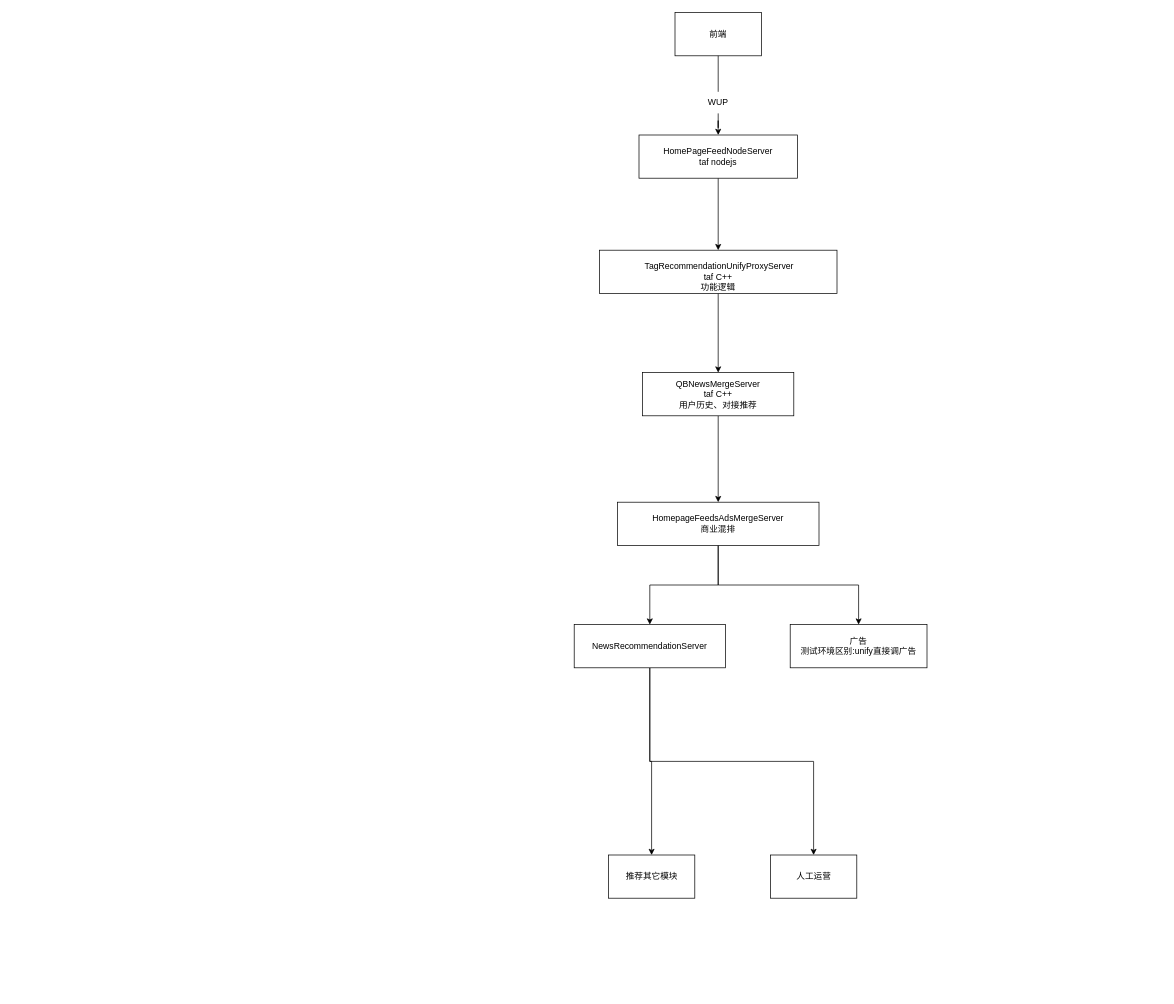
This is Untitled Diagram.drawio from hsuchifeng/alg, a draw.io file, before an edit. Source tidied: cells renumbered, new cells numbered last; positions are measured from the earlier drawing's top-left corner, leaving out a move shared by most shapes. Both pictures are drawn from the tidied source at 72%, with x=0, y=0 at pixel (574, 12).
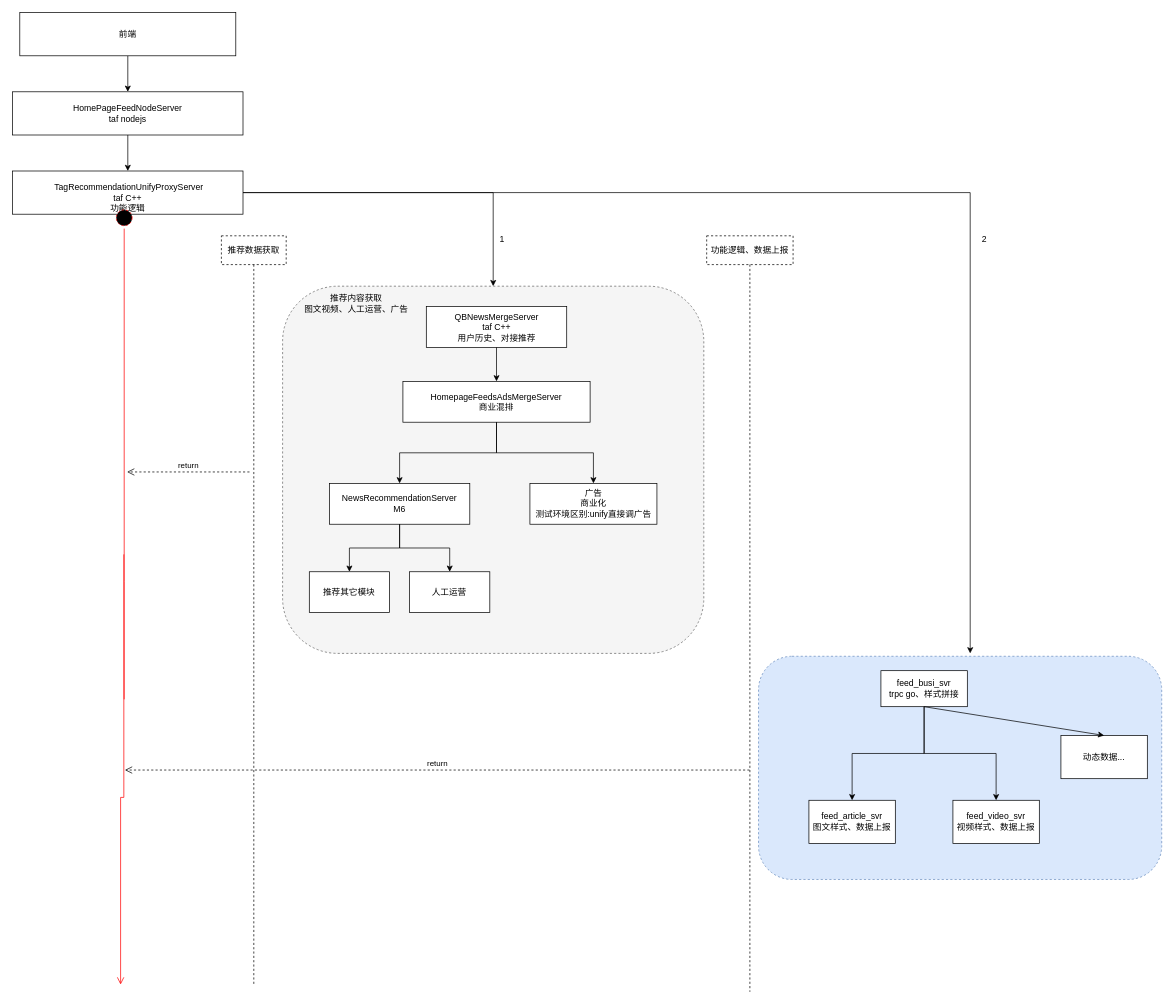
The same diagram, later.

What changed in the source:
```diff
@@
-    <mxCell id="2" style="edgeStyle=orthogonalEdgeStyle;rounded=0;jettySize=auto;html=1;startArrow=none;" parent="1" edge="1" source="6" target="5">
+    <mxCell id="2" style="edgeStyle=orthogonalEdgeStyle;rounded=0;jettySize=auto;html=1;startArrow=none;exitX=0.5;exitY=1;exitDx=0;exitDy=0;" parent="1" edge="1" source="3" target="5">
       <mxGeometry relative="1" as="geometry" />
     </mxCell>
     <mxCell id="3" value="前端" style="rounded=0;whiteSpace=wrap;html=1;" parent="1" vertex="1">
-      <mxGeometry x="140" width="120" height="60" as="geometry" />
+      <mxGeometry x="-770" width="300" height="60" as="geometry" />
     </mxCell>
@@
     <mxCell id="5" value="HomePageFeedNodeServer&lt;br&gt;taf nodejs" style="rounded=0;whiteSpace=wrap;html=1;" parent="1" vertex="1">
-      <mxGeometry x="90" y="170" width="220" height="60" as="geometry" />
+      <mxGeometry x="-780" y="110" width="320" height="60" as="geometry" />
     </mxCell>
-    <mxCell id="6" value="WUP" style="text;html=1;strokeColor=none;fillColor=none;align=center;verticalAlign=middle;whiteSpace=wrap;rounded=0;" parent="1" vertex="1">
-      <mxGeometry x="170" y="110" width="60" height="30" as="geometry" />
-    </mxCell>
-    <mxCell id="7" style="edgeStyle=orthogonalEdgeStyle;rounded=0;jettySize=auto;html=1;endArrow=none;" parent="1" edge="1" source="3" target="6">
-      <mxGeometry relative="1" as="geometry" />
-    </mxCell>
-    <mxCell id="8" style="edgeStyle=orthogonalEdgeStyle;rounded=0;jettySize=auto;html=1;" parent="1" edge="1" source="9" target="11">
+    <mxCell id="8" style="edgeStyle=orthogonalEdgeStyle;rounded=0;jettySize=auto;html=1;entryX=0.5;entryY=0;entryDx=0;entryDy=0;" parent="1" edge="1" source="9" target="24">
       <mxGeometry relative="1" as="geometry" />
     </mxCell>
     <mxCell id="9" value="&lt;div&gt;&lt;br&gt;&lt;/div&gt;&lt;div&gt;&amp;nbsp;TagRecommendationUnifyProxyServer&lt;/div&gt;&lt;div&gt;taf C++&lt;/div&gt;&lt;div&gt;功能逻辑&lt;/div&gt;" style="whiteSpace=wrap;html=1;rounded=0;" parent="1" vertex="1">
-      <mxGeometry x="35" y="330" width="330" height="60" as="geometry" />
+      <mxGeometry x="-780" y="220" width="320" height="60" as="geometry" />
     </mxCell>
+    <mxCell id="21" value="功能逻辑、数据上报" style="shape=umlLifeline;perimeter=lifelinePerimeter;whiteSpace=wrap;html=1;dashed=1;" parent="1" vertex="1">
+      <mxGeometry x="184" y="310" width="120" height="1050" as="geometry" />
+    </mxCell>
+    <mxCell id="22" value="推荐数据获取" style="shape=umlLifeline;perimeter=lifelinePerimeter;whiteSpace=wrap;html=1;dashed=1;" parent="1" vertex="1">
+      <mxGeometry x="-490" y="310" width="90" height="1040" as="geometry" />
+    </mxCell>
+    <mxCell id="23" style="group;" parent="22" vertex="1">
+      <mxGeometry x="85" y="70" width="585" height="510" as="geometry" />
+    </mxCell>
+    <mxCell id="24" style="rounded=1;whiteSpace=wrap;html=1;dashed=1;fillColor=#f5f5f5;strokeColor=#666666;fontColor=#333333;" parent="23" vertex="1">
+      <mxGeometry width="585" height="510" as="geometry" />
+    </mxCell>
+    <mxCell id="25" style="group;" parent="23" vertex="1">
+      <mxGeometry x="37.1" y="28.3" width="482.9" height="425" as="geometry" />
+    </mxCell>
+    <mxCell id="11" value="QBNewsMergeServer&lt;br&gt;taf C++&lt;br&gt;用户历史、对接推荐" style="whiteSpace=wrap;html=1;fillColor=rgb(255, 255, 255);strokeColor=rgb(0, 0, 0);fontColor=rgb(0, 0, 0);rounded=0;" parent="25" vertex="1">
+      <mxGeometry x="162.5" width="195" height="56.7" as="geometry" />
+    </mxCell>
+    <mxCell id="14" value="HomepageFeedsAdsMergeServer&lt;br&gt;商业混排" style="whiteSpace=wrap;html=1;fillColor=rgb(255, 255, 255);strokeColor=rgb(0, 0, 0);fontColor=rgb(0, 0, 0);rounded=0;" parent="25" vertex="1">
+      <mxGeometry x="130" y="103.9" width="260" height="56.7" as="geometry" />
+    </mxCell>
-    <mxCell id="10" style="edgeStyle=orthogonalEdgeStyle;rounded=0;jettySize=auto;html=1;" parent="1" edge="1" source="11" target="14">
+    <mxCell id="10" style="edgeStyle=orthogonalEdgeStyle;rounded=0;jettySize=auto;html=1;" parent="25" edge="1" source="11" target="14">
       <mxGeometry relative="1" as="geometry" />
     </mxCell>
-    <mxCell id="11" value="QBNewsMergeServer&lt;br&gt;taf C++&lt;br&gt;用户历史、对接推荐" style="whiteSpace=wrap;html=1;fillColor=rgb(255, 255, 255);strokeColor=rgb(0, 0, 0);fontColor=rgb(0, 0, 0);rounded=0;" parent="1" vertex="1">
-      <mxGeometry x="95" y="500" width="210" height="60" as="geometry" />
-    </mxCell>
+    <mxCell id="17" value="NewsRecommendationServer&lt;br&gt;M6" style="whiteSpace=wrap;html=1;fillColor=rgb(255, 255, 255);strokeColor=rgb(0, 0, 0);fontColor=rgb(0, 0, 0);rounded=0;" parent="25" vertex="1">
+      <mxGeometry x="27.9" y="245.6" width="195" height="56.7" as="geometry" />
+    </mxCell>
-    <mxCell id="12" style="edgeStyle=orthogonalEdgeStyle;rounded=0;jettySize=auto;html=1;" parent="1" edge="1" source="14" target="17">
+    <mxCell id="12" style="edgeStyle=orthogonalEdgeStyle;rounded=0;jettySize=auto;html=1;" parent="25" edge="1" source="14" target="17">
       <mxGeometry relative="1" as="geometry" />
     </mxCell>
+    <mxCell id="18" value="推荐其它模块" style="whiteSpace=wrap;html=1;fillColor=rgb(255, 255, 255);strokeColor=rgb(0, 0, 0);fontColor=rgb(0, 0, 0);rounded=0;" parent="25" vertex="1">
+      <mxGeometry y="368.3" width="111.4" height="56.7" as="geometry" />
+    </mxCell>
+    <mxCell id="15" style="edgeStyle=orthogonalEdgeStyle;rounded=0;jettySize=auto;html=1;" parent="25" edge="1" source="17" target="18">
+      <mxGeometry relative="1" as="geometry" />
+    </mxCell>
+    <mxCell id="19" value="人工运营" style="whiteSpace=wrap;html=1;fillColor=rgb(255, 255, 255);strokeColor=rgb(0, 0, 0);fontColor=rgb(0, 0, 0);rounded=0;" parent="25" vertex="1">
+      <mxGeometry x="139.3" y="368.3" width="111.4" height="56.7" as="geometry" />
+    </mxCell>
+    <mxCell id="16" style="edgeStyle=orthogonalEdgeStyle;rounded=0;jettySize=auto;html=1;exitX=0.5;exitY=1;exitDx=0;exitDy=0;" parent="25" edge="1" source="17" target="19">
+      <mxGeometry relative="1" as="geometry" />
+    </mxCell>
+    <mxCell id="20" value="广告&lt;br&gt;商业化&lt;br&gt;测试环境区别:unify直接调广告" style="whiteSpace=wrap;html=1;fillColor=rgb(255, 255, 255);strokeColor=rgb(0, 0, 0);fontColor=rgb(0, 0, 0);rounded=0;" parent="25" vertex="1">
+      <mxGeometry x="306.4" y="245.6" width="176.4" height="56.7" as="geometry" />
+    </mxCell>
-    <mxCell id="13" style="edgeStyle=orthogonalEdgeStyle;rounded=0;jettySize=auto;html=1;" parent="1" edge="1" source="14" target="20">
+    <mxCell id="13" style="edgeStyle=orthogonalEdgeStyle;rounded=0;jettySize=auto;html=1;" parent="25" edge="1" source="14" target="20">
       <mxGeometry relative="1" as="geometry" />
     </mxCell>
-    <mxCell id="14" value="HomepageFeedsAdsMergeServer&lt;br&gt;商业混排" style="whiteSpace=wrap;html=1;fillColor=rgb(255, 255, 255);strokeColor=rgb(0, 0, 0);fontColor=rgb(0, 0, 0);rounded=0;" parent="1" vertex="1">
-      <mxGeometry x="60" y="680" width="280" height="60" as="geometry" />
-    </mxCell>
-    <mxCell id="15" style="edgeStyle=orthogonalEdgeStyle;rounded=0;jettySize=auto;html=1;" parent="1" edge="1" source="17" target="18">
-      <mxGeometry relative="1" as="geometry" />
-    </mxCell>
-    <mxCell id="16" style="edgeStyle=orthogonalEdgeStyle;rounded=0;jettySize=auto;html=1;exitX=0.5;exitY=1;exitDx=0;exitDy=0;" parent="1" edge="1" source="17" target="19">
-      <mxGeometry relative="1" as="geometry" />
-    </mxCell>
-    <mxCell id="17" value="NewsRecommendationServer" style="whiteSpace=wrap;html=1;fillColor=rgb(255, 255, 255);strokeColor=rgb(0, 0, 0);fontColor=rgb(0, 0, 0);rounded=0;" parent="1" vertex="1">
-      <mxGeometry y="850" width="210" height="60" as="geometry" />
-    </mxCell>
-    <mxCell id="18" value="推荐其它模块" style="whiteSpace=wrap;html=1;fillColor=rgb(255, 255, 255);strokeColor=rgb(0, 0, 0);fontColor=rgb(0, 0, 0);rounded=0;" parent="1" vertex="1">
-      <mxGeometry x="47.5" y="1170" width="120" height="60" as="geometry" />
-    </mxCell>
-    <mxCell id="19" value="人工运营" style="whiteSpace=wrap;html=1;fillColor=rgb(255, 255, 255);strokeColor=rgb(0, 0, 0);fontColor=rgb(0, 0, 0);rounded=0;" parent="1" vertex="1">
-      <mxGeometry x="272.5" y="1170" width="120" height="60" as="geometry" />
-    </mxCell>
-    <mxCell id="20" value="广告&lt;br&gt;测试环境区别:unify直接调广告" style="whiteSpace=wrap;html=1;fillColor=rgb(255, 255, 255);strokeColor=rgb(0, 0, 0);fontColor=rgb(0, 0, 0);rounded=0;" parent="1" vertex="1">
-      <mxGeometry x="300" y="850" width="190" height="60" as="geometry" />
-    </mxCell>
+    <mxCell id="26" value="推荐内容获取&lt;br&gt;图文视频、人工运营、广告" style="text;html=1;strokeColor=none;fillColor=none;align=center;verticalAlign=middle;whiteSpace=wrap;rounded=0;dashed=1;" parent="23" vertex="1">
+      <mxGeometry x="18.6" y="9.4" width="167.1" height="28.3" as="geometry" />
+    </mxCell>
+    <mxCell id="27" style="ellipse;html=1;shape=startState;fillColor=#000000;strokeColor=#ff0000;dashed=1;" parent="1" vertex="1">
+      <mxGeometry x="-640" y="270" width="30" height="30" as="geometry" />
+    </mxCell>
+    <mxCell id="28" style="edgeStyle=orthogonalEdgeStyle;html=1;verticalAlign=bottom;endArrow=open;endSize=8;strokeColor=#ff0000;rounded=0;startArrow=none;" parent="1" edge="1">
+      <mxGeometry relative="1" as="geometry">
+        <mxPoint x="-625.5" y="752.5" as="sourcePoint" />
+        <mxPoint x="-630" y="1350" as="targetPoint" />
+        <Array as="points">
+          <mxPoint x="-625" y="1090" />
+          <mxPoint x="-630" y="1090" />
+        </Array>
+      </mxGeometry>
+    </mxCell>
+    <mxCell id="29" style="edgeStyle=orthogonalEdgeStyle;html=1;verticalAlign=bottom;endArrow=none;endSize=8;strokeColor=#ff0000;rounded=0;" parent="1" edge="1" source="27">
+      <mxGeometry relative="1" as="geometry">
+        <mxPoint x="-625" y="953.8" as="targetPoint" />
+        <Array as="points">
+          <mxPoint x="-625" y="790" />
+          <mxPoint x="-625" y="790" />
+        </Array>
+      </mxGeometry>
+    </mxCell>
+    <mxCell id="30" value="return" style="html=1;verticalAlign=bottom;endArrow=open;dashed=1;endSize=8;rounded=0;" parent="1" edge="1">
+      <mxGeometry relative="1" as="geometry">
+        <mxPoint x="-451" y="638" as="sourcePoint" />
+        <mxPoint x="-621" y="638" as="targetPoint" />
+      </mxGeometry>
+    </mxCell>
+    <mxCell id="31" value="return" style="html=1;verticalAlign=bottom;endArrow=open;dashed=1;endSize=8;rounded=0;" parent="1" edge="1">
+      <mxGeometry relative="1" as="geometry">
+        <mxPoint x="243.5" y="1052" as="sourcePoint" />
+        <mxPoint x="-624" y="1052" as="targetPoint" />
+      </mxGeometry>
+    </mxCell>
+    <mxCell id="32" style="group;" parent="1" vertex="1">
+      <mxGeometry x="256" y="894" width="560" height="310" as="geometry" />
+    </mxCell>
+    <mxCell id="33" style="rounded=1;whiteSpace=wrap;html=1;dashed=1;fillColor=#dae8fc;strokeColor=#6c8ebf;" parent="32" vertex="1">
+      <mxGeometry width="560" height="310" as="geometry" />
+    </mxCell>
+    <mxCell id="34" value="feed_busi_svr&lt;br&gt;trpc go、样式拼接" style="rounded=0;whiteSpace=wrap;html=1;" parent="32" vertex="1">
+      <mxGeometry x="170" y="20" width="120" height="50" as="geometry" />
+    </mxCell>
+    <mxCell id="35" value="feed_article_svr&lt;br&gt;图文样式、数据上报" style="rounded=0;whiteSpace=wrap;html=1;" parent="32" vertex="1">
+      <mxGeometry x="70" y="200" width="120" height="60" as="geometry" />
+    </mxCell>
+    <mxCell id="36" style="edgeStyle=orthogonalEdgeStyle;rounded=0;jettySize=auto;html=1;" parent="32" edge="1" source="34" target="35">
+      <mxGeometry relative="1" as="geometry" />
+    </mxCell>
+    <mxCell id="37" value="feed_video_svr&lt;br&gt;视频样式、数据上报" style="rounded=0;whiteSpace=wrap;html=1;" parent="32" vertex="1">
+      <mxGeometry x="270" y="200" width="120" height="60" as="geometry" />
+    </mxCell>
+    <mxCell id="38" style="edgeStyle=orthogonalEdgeStyle;rounded=0;jettySize=auto;html=1;" parent="32" edge="1" source="34" target="37">
+      <mxGeometry relative="1" as="geometry" />
+    </mxCell>
+    <mxCell id="39" value="动态数据..." style="rounded=0;whiteSpace=wrap;html=1;" parent="32" vertex="1">
+      <mxGeometry x="420" y="110" width="120" height="60" as="geometry" />
+    </mxCell>
+    <mxCell id="40" style="endArrow=classic;html=1;rounded=0;exitX=0.5;exitY=1;exitDx=0;exitDy=0;entryX=0.5;entryY=0;entryDx=0;entryDy=0;" parent="32" edge="1" source="34" target="39">
+      <mxGeometry relative="1" as="geometry" />
+    </mxCell>
+    <mxCell id="41" style="edgeStyle=segmentEdgeStyle;endArrow=classic;html=1;rounded=0;exitX=1;exitY=0.5;exitDx=0;exitDy=0;" parent="1" edge="1" source="9">
+      <mxGeometry relative="1" as="geometry">
+        <mxPoint x="550" y="890" as="targetPoint" />
+      </mxGeometry>
+    </mxCell>
+    <mxCell id="42" value="1" style="text;html=1;strokeColor=none;fillColor=none;align=center;verticalAlign=middle;whiteSpace=wrap;rounded=0;dashed=1;" parent="1" vertex="1">
+      <mxGeometry x="-130" y="300" width="60" height="30" as="geometry" />
+    </mxCell>
+    <mxCell id="43" value="2" style="text;html=1;strokeColor=none;fillColor=none;align=center;verticalAlign=middle;whiteSpace=wrap;rounded=0;dashed=1;" parent="1" vertex="1">
+      <mxGeometry x="540" y="300" width="60" height="30" as="geometry" />
+    </mxCell>
```
